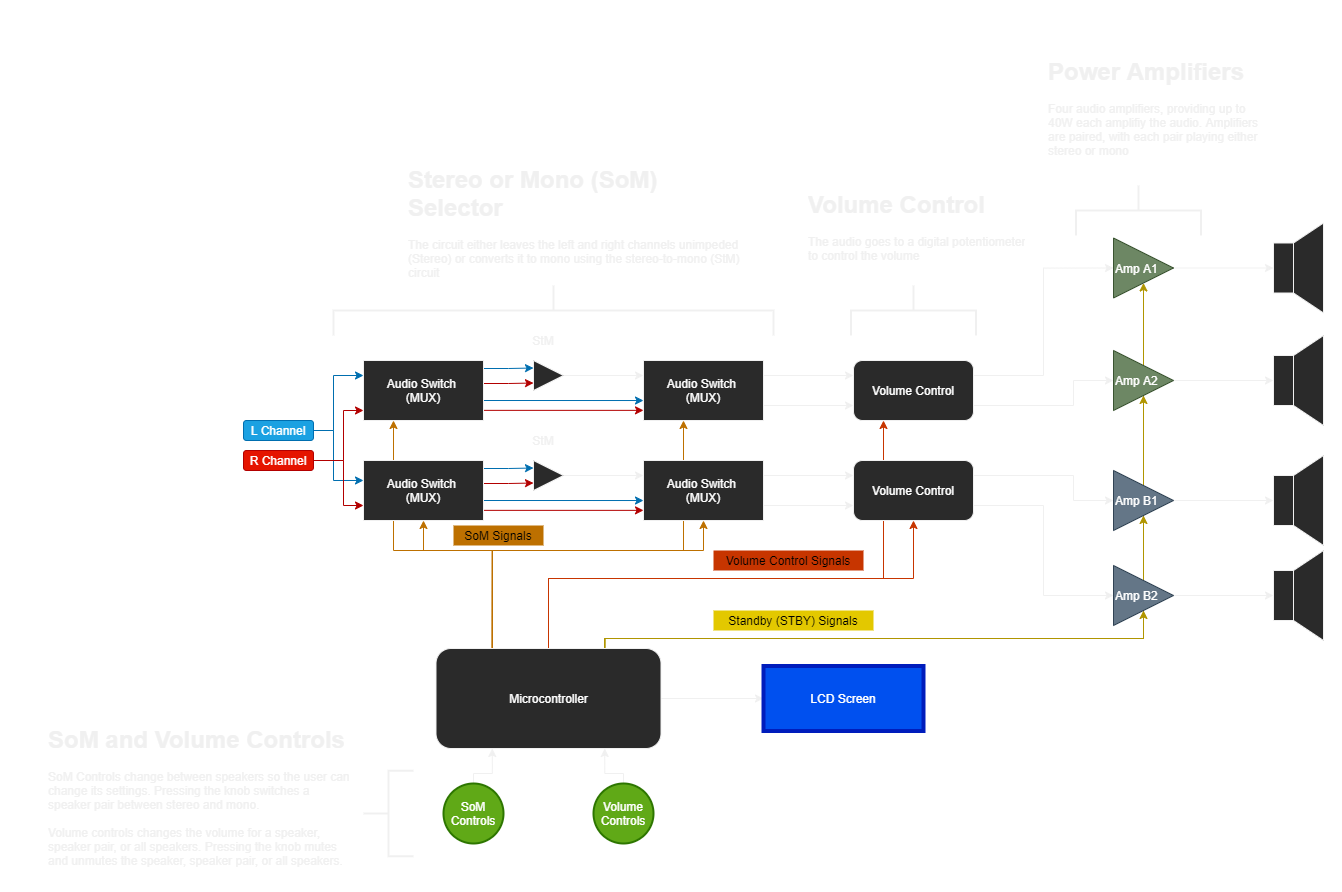
Above: Audio Amplifier.png in zlaast/Audio-Amplifier (draw.io), before the change. Source tidied: cells renumbered, new cells last; positions are measured from the earlier drawing's top-left corner, leaving out a move shared by most shapes.
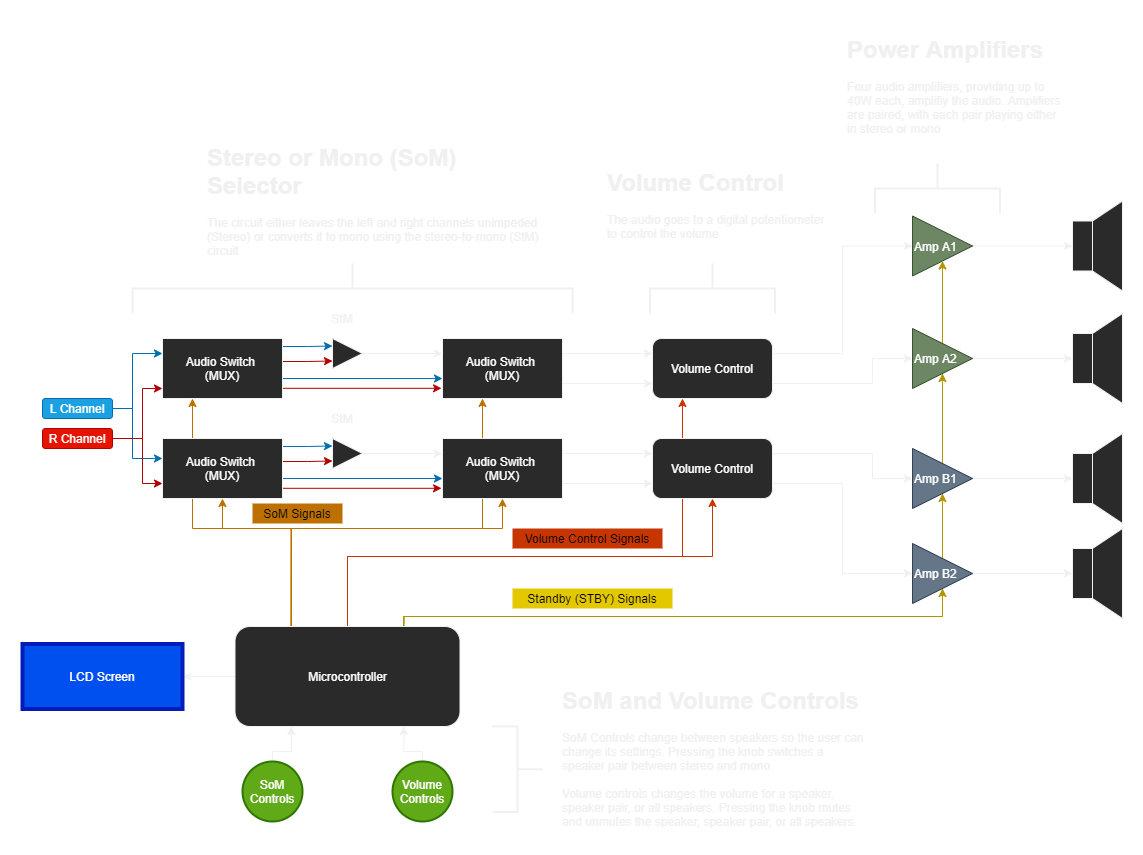
Above is the later version.

The edit, as a diff of the source:
```diff
@@ -191,9 +191,6 @@
         </Array>
       </mxGeometry>
     </mxCell>
-    <mxCell id="33" style="edgeStyle=orthogonalEdgeStyle;rounded=0;jettySize=auto;html=1;exitX=1;exitY=0.5;exitDx=0;exitDy=0;entryX=0;entryY=0.5;entryDx=0;entryDy=0;fontColor=#FFFFFF;" parent="1" edge="1" source="37" target="66">
-      <mxGeometry relative="1" as="geometry" />
-    </mxCell>
     <mxCell id="34" style="edgeStyle=orthogonalEdgeStyle;rounded=0;jettySize=auto;html=1;exitX=0.75;exitY=0;exitDx=0;exitDy=0;entryX=0.5;entryY=1;entryDx=0;entryDy=0;fillColor=#e3c800;strokeColor=#B09500;" parent="1" edge="1" source="37" target="57">
       <mxGeometry relative="1" as="geometry">
         <Array as="points">
@@ -218,6 +215,9 @@
         </Array>
       </mxGeometry>
     </mxCell>
+    <mxCell id="33" style="edgeStyle=orthogonalEdgeStyle;rounded=0;jettySize=auto;html=1;entryX=1;entryY=0.5;entryDx=0;entryDy=0;" parent="1" edge="1" source="37" target="66">
+      <mxGeometry relative="1" as="geometry" />
+    </mxCell>
     <mxCell id="37" value="&lt;font color=&quot;#ffffff&quot;&gt;Microcontroller&lt;/font&gt;" style="rounded=1;whiteSpace=wrap;html=1;strokeColor=#f0f0f0;fillColor=#2a2a2a;" parent="1" vertex="1">
       <mxGeometry x="392.5" y="596" width="225" height="100" as="geometry" />
     </mxCell>
@@ -321,7 +321,7 @@
       <mxGeometry x="1230" y="518" width="20" height="50" as="geometry" />
     </mxCell>
     <mxCell id="66" value="LCD Screen" style="rounded=0;whiteSpace=wrap;html=1;fontColor=#ffffff;strokeColor=#001DBC;fillColor=#0050ef;align=center;strokeWidth=4;" parent="1" vertex="1">
-      <mxGeometry x="720" y="613.5" width="160" height="65" as="geometry" />
+      <mxGeometry x="180" y="613.5" width="160" height="65" as="geometry" />
     </mxCell>
     <mxCell id="67" style="edgeStyle=orthogonalEdgeStyle;rounded=0;jettySize=auto;html=1;exitX=0.5;exitY=0;exitDx=0;exitDy=0;entryX=0.25;entryY=1;entryDx=0;entryDy=0;fontColor=#FFFFFF;" parent="1" edge="1" source="68" target="37">
       <mxGeometry relative="1" as="geometry">
@@ -360,14 +360,14 @@
     <mxCell id="75" value="&lt;h1&gt;Volume Control&lt;/h1&gt;&lt;p&gt;The audio goes to a digital potentiometer&lt;br&gt;to control the volume&lt;/p&gt;" style="text;html=1;strokeColor=none;fillColor=none;spacing=5;spacingTop=-20;whiteSpace=wrap;overflow=hidden;rounded=0;" parent="1" vertex="1">
       <mxGeometry x="760" y="133" width="240" height="120" as="geometry" />
     </mxCell>
-    <mxCell id="76" value="&lt;h1&gt;Power Amplifiers&lt;/h1&gt;&lt;p&gt;Four audio amplifiers, providing up to&lt;br&gt;40W each amplifiy the audio. Amplifiers are paired, with each pair playing either stereo or mono&lt;/p&gt;" style="text;html=1;strokeColor=none;fillColor=none;spacing=5;spacingTop=-20;whiteSpace=wrap;overflow=hidden;rounded=0;" parent="1" vertex="1">
+    <mxCell id="76" value="&lt;h1&gt;Power Amplifiers&lt;/h1&gt;&lt;p&gt;Four audio amplifiers, providing up to&lt;br&gt;40W each, amplifiy the audio. Amplifiers are paired, with each pair playing either in stereo or mono&lt;/p&gt;" style="text;html=1;strokeColor=none;fillColor=none;spacing=5;spacingTop=-20;whiteSpace=wrap;overflow=hidden;rounded=0;" parent="1" vertex="1">
       <mxGeometry x="1000" width="230" height="120" as="geometry" />
     </mxCell>
-    <mxCell id="77" style="strokeWidth=2;html=1;shape=mxgraph.flowchart.annotation_2;align=left;labelPosition=right;fillColor=#2a2a2a;rotation=0;" parent="1" vertex="1">
-      <mxGeometry x="320" y="718.2" width="50" height="85.5" as="geometry" />
+    <mxCell id="77" style="strokeWidth=2;html=1;shape=mxgraph.flowchart.annotation_2;align=left;labelPosition=right;fillColor=#2a2a2a;rotation=-180;" parent="1" vertex="1">
+      <mxGeometry x="650" y="696" width="50" height="85.5" as="geometry" />
     </mxCell>
     <mxCell id="78" value="&lt;h1&gt;SoM and Volume Controls&lt;/h1&gt;&lt;p&gt;SoM Controls change between speakers so the user can change its settings. Pressing the knob switches a speaker pair between stereo and mono.&lt;br&gt;&lt;br&gt;Volume controls changes the volume for a speaker, speaker pair, or all speakers. Pressing the knob mutes and unmutes the speaker, speaker pair, or all speakers.&lt;/p&gt;" style="text;html=1;strokeColor=none;fillColor=none;spacing=5;spacingTop=-20;whiteSpace=wrap;overflow=hidden;rounded=0;" parent="1" vertex="1">
-      <mxGeometry y="668" width="310" height="153" as="geometry" />
+      <mxGeometry x="715" y="650.8" width="310" height="153" as="geometry" />
     </mxCell>
     <mxCell id="79" value="Standby (STBY) Signals" style="text;html=1;fillColor=#e3c800;align=center;verticalAlign=middle;whiteSpace=wrap;rounded=0;fontColor=#000000;" parent="1" vertex="1">
       <mxGeometry x="670" y="558" width="160" height="20" as="geometry" />
```
